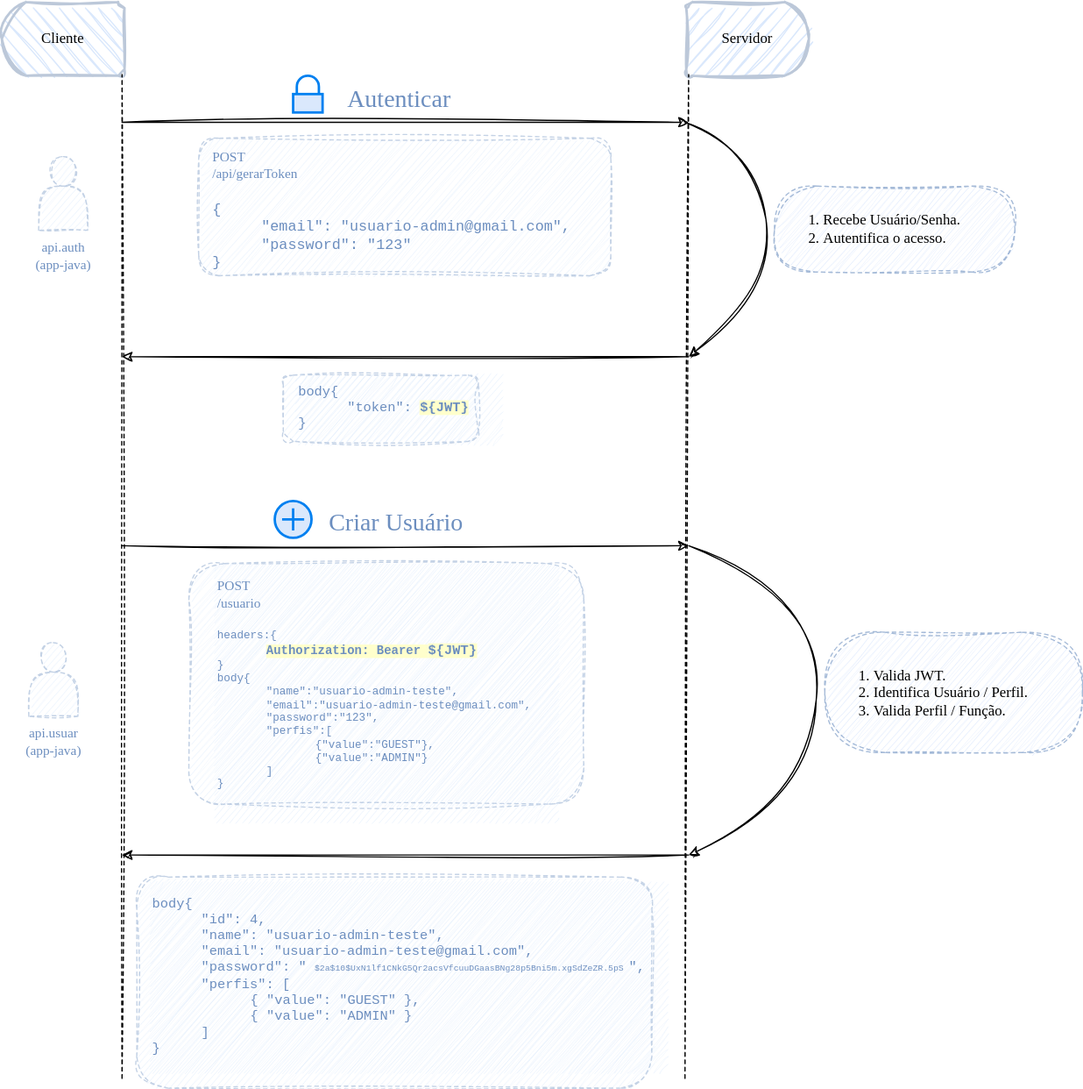
The draw.io diagram microservico/arquitetura.drawio.svg in ramiralvesmelo/spring-boot-projetos, before a commit. Source tidied: cells renumbered, new cells last; positions are measured from the earlier drawing's top-left corner, leaving out a move shared by most shapes.
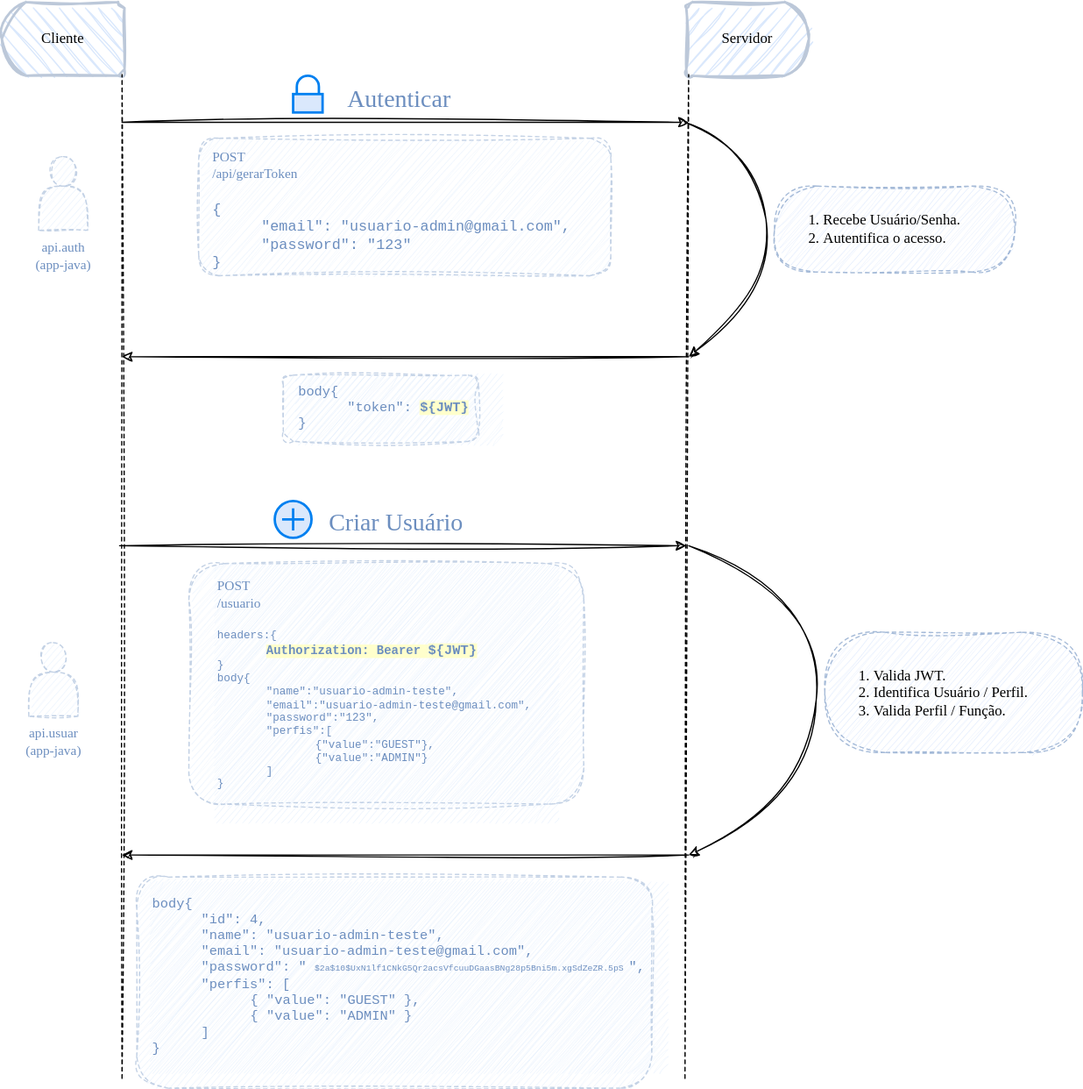
After the commit.

Change to the diagram source:
```diff
@@ -36,12 +36,6 @@
         <mxPoint x="98" y="289" as="targetPoint" />
       </mxGeometry>
     </mxCell>
-    <mxCell id="10" style="endArrow=classic;html=1;sketch=1;curveFitting=1;jiggle=2;" parent="1" edge="1">
-      <mxGeometry relative="1" as="geometry">
-        <mxPoint x="98" y="443" as="sourcePoint" />
-        <mxPoint x="560" y="443" as="targetPoint" />
-      </mxGeometry>
-    </mxCell>
     <mxCell id="11" style="endArrow=classic;html=1;sketch=1;curveFitting=1;jiggle=2;" parent="1" edge="1">
       <mxGeometry relative="1" as="geometry">
         <mxPoint x="560" y="695" as="sourcePoint" />
@@ -116,5 +110,11 @@
     <mxCell id="29" value="&lt;div style=&quot;text-align: center;&quot;&gt;&lt;font face=&quot;Verdana&quot; style=&quot;font-size: 20px;&quot; color=&quot;#6c8ebf&quot;&gt;Criar Usuário&lt;/font&gt;&lt;/div&gt;" style="text;whiteSpace=wrap;html=1;fontSize=19;fontColor=#0000FF;" parent="1" vertex="1">
       <mxGeometry x="264.5" y="405" width="140" height="33" as="geometry" />
     </mxCell>
+    <mxCell id="30" style="endArrow=classic;html=1;sketch=1;curveFitting=1;jiggle=2;" parent="1" edge="1">
+      <mxGeometry relative="1" as="geometry">
+        <mxPoint x="96" y="443" as="sourcePoint" />
+        <mxPoint x="558" y="443" as="targetPoint" />
+      </mxGeometry>
+    </mxCell>
   </root>
 </mxGraphModel>
```
